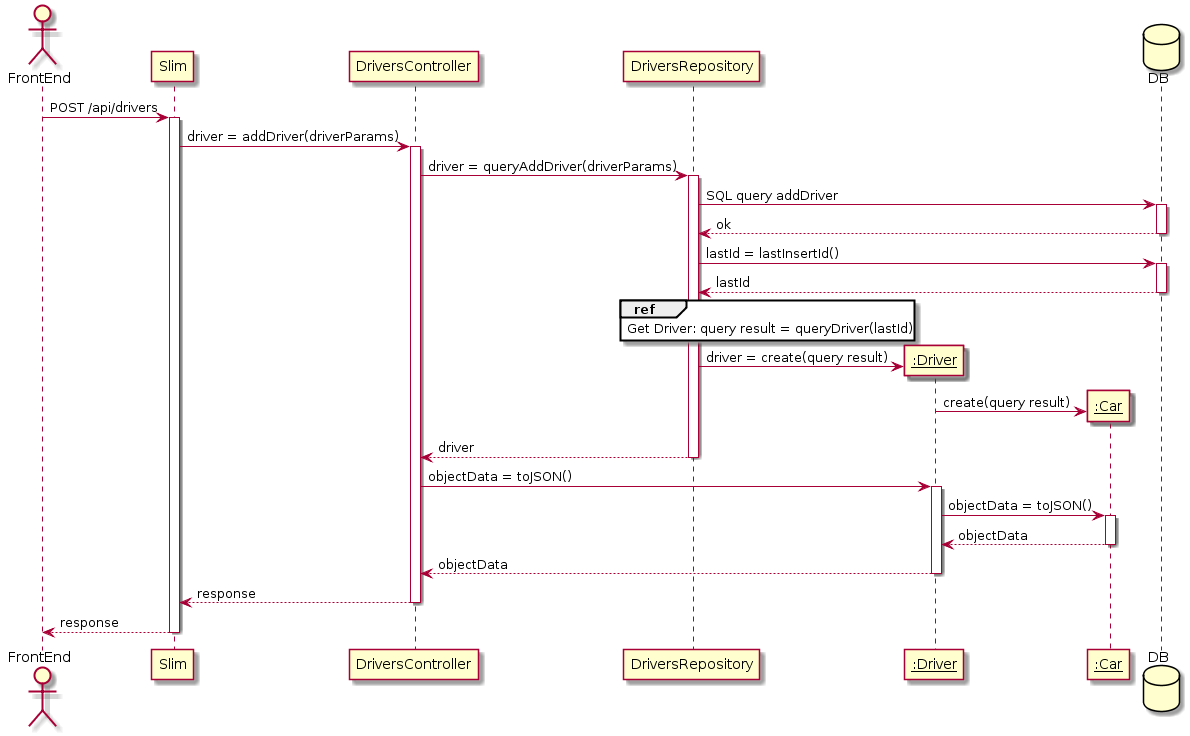
Earlier version of the PlantUML export docs/BackEnd/SequenceDiagram/AddDriver.png (malvinkooo/taxiSystem).
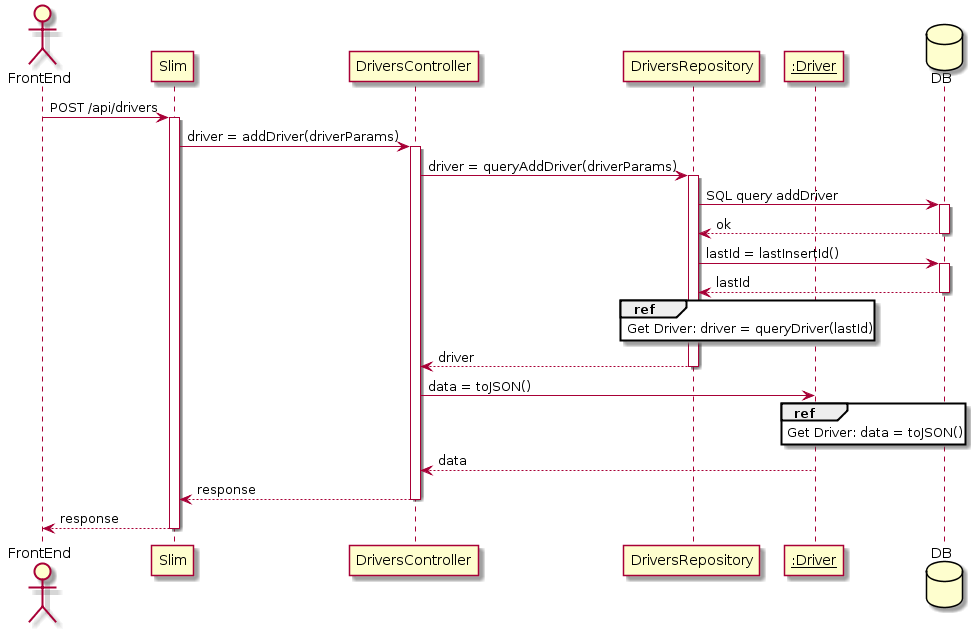
The same file after the commit.

Diff of the diagram source:
```diff
@@ -4,7 +4,6 @@
 participant DriversController
 participant DriversRepository
 participant "__:Driver__" as Driver
-participant "__:Car__" as Car
 database DB
 
 FrontEnd -> Slim : POST /api/drivers
@@ -23,22 +22,18 @@
 deactivate DB
 
 ref over DriversRepository
-Get Driver: query result = queryDriver(lastId)
+Get Driver: driver = queryDriver(lastId)
 end ref
 
-create Driver
-DriversRepository -> Driver : driver = create(query result)
-create Car
-Driver -> Car : create(query result)
 DriversRepository --> DriversController : driver
 deactivate DriversRepository
-DriversController -> Driver : objectData = toJSON()
-activate Driver
-Driver -> Car : objectData = toJSON()
-activate Car
-Car --> Driver : objectData
-deactivate Car
-Driver --> DriversController : objectData
+
+DriversController -> Driver : data = toJSON()
+ref over Driver
+Get Driver: data = toJSON()
+end ref
+
+Driver --> DriversController : data
 deactivate Driver
 DriversController --> Slim : response
 deactivate DriversController
```
